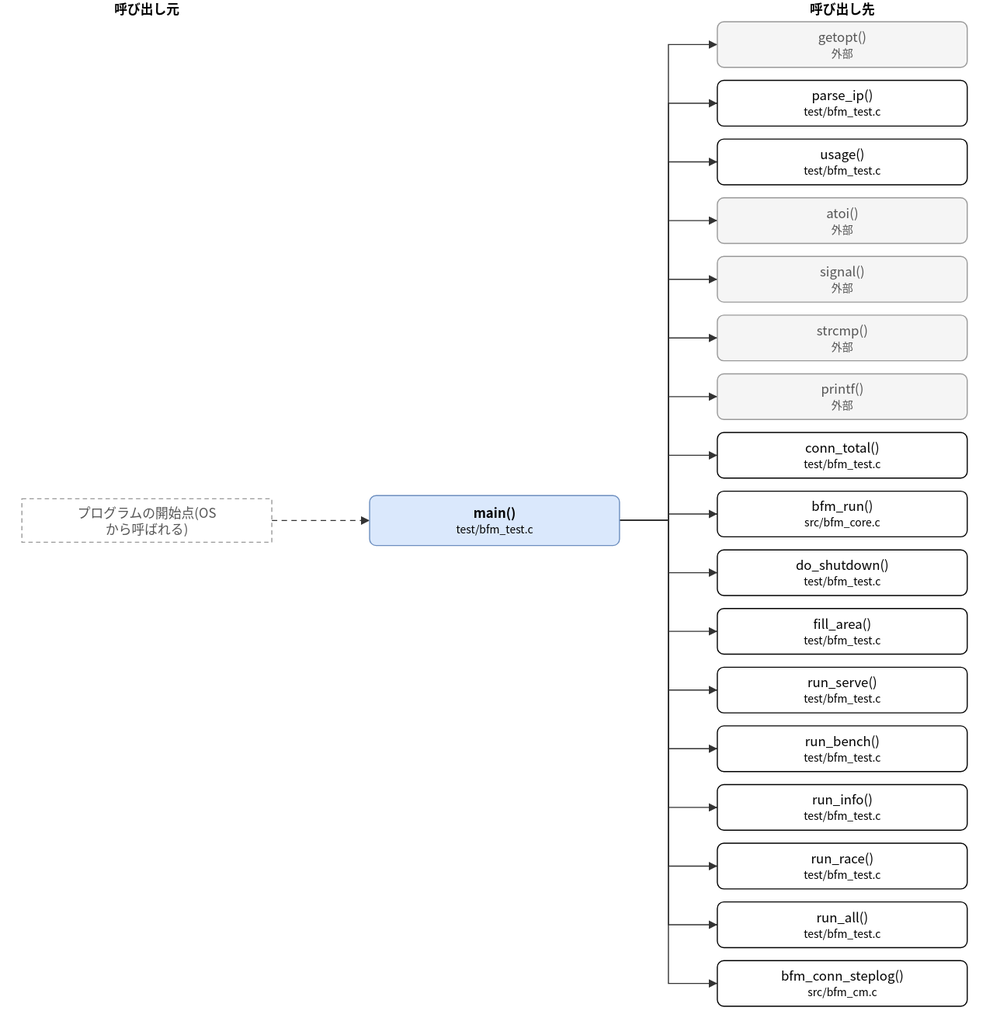
Before: doc/spec/images/call_test_bfm_test-main.drawio.svg, a diagram exported from draw.io (hf355051012-ai/bfmem). Source tidied: cells renumbered, new cells last; positions are measured from the earlier drawing's top-left corner, leaving out a move shared by most shapes.
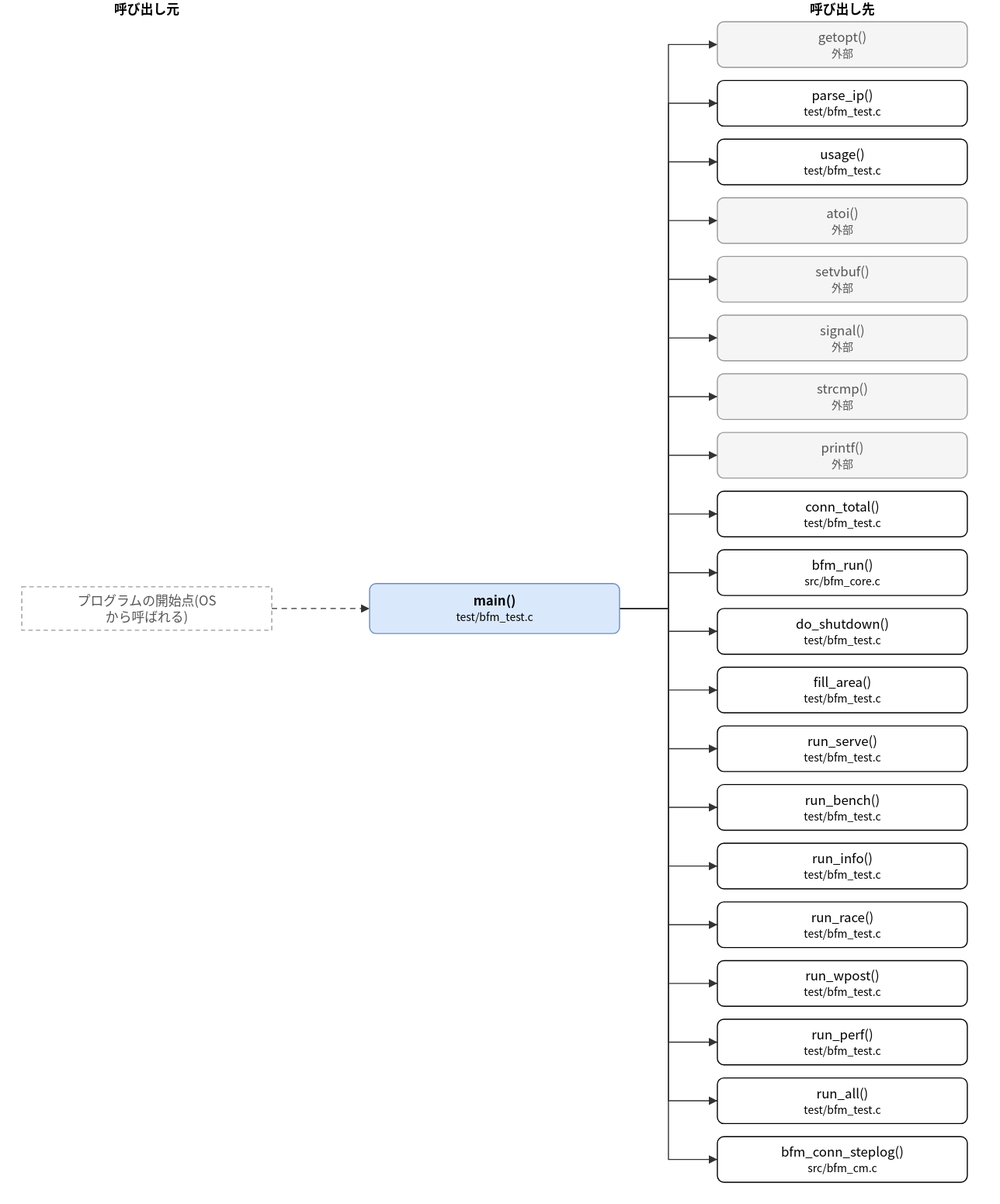
Later version of the same file.

Change to the diagram source:
```diff
@@ -3,7 +3,7 @@
     <mxCell id="0" />
     <mxCell id="1" parent="0" />
     <mxCell id="2" value="main()&lt;br&gt;&lt;font style=&quot;font-size:10px&quot;&gt;test/bfm_test.c&lt;/font&gt;" style="rounded=1;whiteSpace=wrap;html=1;fillColor=#dae8fc;strokeColor=#6c8ebf;fontStyle=1;" parent="1" vertex="1">
-      <mxGeometry x="320" y="456" width="230" height="46" as="geometry" />
+      <mxGeometry x="320" y="537" width="230" height="46" as="geometry" />
     </mxCell>
     <mxCell id="3" value="getopt()&lt;br&gt;&lt;font style=&quot;font-size:10px&quot;&gt;外部&lt;/font&gt;" style="rounded=1;whiteSpace=wrap;html=1;fillColor=#f5f5f5;strokeColor=#999999;fontColor=#555555;" parent="1" vertex="1">
       <mxGeometry x="640" y="20" width="230" height="42" as="geometry" />
@@ -17,52 +17,61 @@
     <mxCell id="6" value="atoi()&lt;br&gt;&lt;font style=&quot;font-size:10px&quot;&gt;外部&lt;/font&gt;" style="rounded=1;whiteSpace=wrap;html=1;fillColor=#f5f5f5;strokeColor=#999999;fontColor=#555555;" parent="1" vertex="1">
       <mxGeometry x="640" y="182" width="230" height="42" as="geometry" />
     </mxCell>
-    <mxCell id="7" value="signal()&lt;br&gt;&lt;font style=&quot;font-size:10px&quot;&gt;外部&lt;/font&gt;" style="rounded=1;whiteSpace=wrap;html=1;fillColor=#f5f5f5;strokeColor=#999999;fontColor=#555555;" parent="1" vertex="1">
+    <mxCell id="7" value="setvbuf()&lt;br&gt;&lt;font style=&quot;font-size:10px&quot;&gt;外部&lt;/font&gt;" style="rounded=1;whiteSpace=wrap;html=1;fillColor=#f5f5f5;strokeColor=#999999;fontColor=#555555;" parent="1" vertex="1">
       <mxGeometry x="640" y="236" width="230" height="42" as="geometry" />
     </mxCell>
-    <mxCell id="8" value="strcmp()&lt;br&gt;&lt;font style=&quot;font-size:10px&quot;&gt;外部&lt;/font&gt;" style="rounded=1;whiteSpace=wrap;html=1;fillColor=#f5f5f5;strokeColor=#999999;fontColor=#555555;" parent="1" vertex="1">
+    <mxCell id="8" value="signal()&lt;br&gt;&lt;font style=&quot;font-size:10px&quot;&gt;外部&lt;/font&gt;" style="rounded=1;whiteSpace=wrap;html=1;fillColor=#f5f5f5;strokeColor=#999999;fontColor=#555555;" parent="1" vertex="1">
       <mxGeometry x="640" y="290" width="230" height="42" as="geometry" />
     </mxCell>
-    <mxCell id="9" value="printf()&lt;br&gt;&lt;font style=&quot;font-size:10px&quot;&gt;外部&lt;/font&gt;" style="rounded=1;whiteSpace=wrap;html=1;fillColor=#f5f5f5;strokeColor=#999999;fontColor=#555555;" parent="1" vertex="1">
+    <mxCell id="9" value="strcmp()&lt;br&gt;&lt;font style=&quot;font-size:10px&quot;&gt;外部&lt;/font&gt;" style="rounded=1;whiteSpace=wrap;html=1;fillColor=#f5f5f5;strokeColor=#999999;fontColor=#555555;" parent="1" vertex="1">
       <mxGeometry x="640" y="344" width="230" height="42" as="geometry" />
     </mxCell>
-    <mxCell id="10" value="conn_total()&lt;br&gt;&lt;font style=&quot;font-size:10px&quot;&gt;test/bfm_test.c&lt;/font&gt;" style="rounded=1;whiteSpace=wrap;html=1;" parent="1" vertex="1">
+    <mxCell id="10" value="printf()&lt;br&gt;&lt;font style=&quot;font-size:10px&quot;&gt;外部&lt;/font&gt;" style="rounded=1;whiteSpace=wrap;html=1;fillColor=#f5f5f5;strokeColor=#999999;fontColor=#555555;" parent="1" vertex="1">
       <mxGeometry x="640" y="398" width="230" height="42" as="geometry" />
     </mxCell>
-    <mxCell id="11" value="bfm_run()&lt;br&gt;&lt;font style=&quot;font-size:10px&quot;&gt;src/bfm_core.c&lt;/font&gt;" style="rounded=1;whiteSpace=wrap;html=1;" parent="1" vertex="1">
+    <mxCell id="11" value="conn_total()&lt;br&gt;&lt;font style=&quot;font-size:10px&quot;&gt;test/bfm_test.c&lt;/font&gt;" style="rounded=1;whiteSpace=wrap;html=1;" parent="1" vertex="1">
       <mxGeometry x="640" y="452" width="230" height="42" as="geometry" />
     </mxCell>
-    <mxCell id="12" value="do_shutdown()&lt;br&gt;&lt;font style=&quot;font-size:10px&quot;&gt;test/bfm_test.c&lt;/font&gt;" style="rounded=1;whiteSpace=wrap;html=1;" parent="1" vertex="1">
+    <mxCell id="12" value="bfm_run()&lt;br&gt;&lt;font style=&quot;font-size:10px&quot;&gt;src/bfm_core.c&lt;/font&gt;" style="rounded=1;whiteSpace=wrap;html=1;" parent="1" vertex="1">
       <mxGeometry x="640" y="506" width="230" height="42" as="geometry" />
     </mxCell>
-    <mxCell id="13" value="fill_area()&lt;br&gt;&lt;font style=&quot;font-size:10px&quot;&gt;test/bfm_test.c&lt;/font&gt;" style="rounded=1;whiteSpace=wrap;html=1;" parent="1" vertex="1">
+    <mxCell id="13" value="do_shutdown()&lt;br&gt;&lt;font style=&quot;font-size:10px&quot;&gt;test/bfm_test.c&lt;/font&gt;" style="rounded=1;whiteSpace=wrap;html=1;" parent="1" vertex="1">
       <mxGeometry x="640" y="560" width="230" height="42" as="geometry" />
     </mxCell>
-    <mxCell id="14" value="run_serve()&lt;br&gt;&lt;font style=&quot;font-size:10px&quot;&gt;test/bfm_test.c&lt;/font&gt;" style="rounded=1;whiteSpace=wrap;html=1;" parent="1" vertex="1">
+    <mxCell id="14" value="fill_area()&lt;br&gt;&lt;font style=&quot;font-size:10px&quot;&gt;test/bfm_test.c&lt;/font&gt;" style="rounded=1;whiteSpace=wrap;html=1;" parent="1" vertex="1">
       <mxGeometry x="640" y="614" width="230" height="42" as="geometry" />
     </mxCell>
-    <mxCell id="15" value="run_bench()&lt;br&gt;&lt;font style=&quot;font-size:10px&quot;&gt;test/bfm_test.c&lt;/font&gt;" style="rounded=1;whiteSpace=wrap;html=1;" parent="1" vertex="1">
+    <mxCell id="15" value="run_serve()&lt;br&gt;&lt;font style=&quot;font-size:10px&quot;&gt;test/bfm_test.c&lt;/font&gt;" style="rounded=1;whiteSpace=wrap;html=1;" parent="1" vertex="1">
       <mxGeometry x="640" y="668" width="230" height="42" as="geometry" />
     </mxCell>
-    <mxCell id="16" value="run_info()&lt;br&gt;&lt;font style=&quot;font-size:10px&quot;&gt;test/bfm_test.c&lt;/font&gt;" style="rounded=1;whiteSpace=wrap;html=1;" parent="1" vertex="1">
+    <mxCell id="16" value="run_bench()&lt;br&gt;&lt;font style=&quot;font-size:10px&quot;&gt;test/bfm_test.c&lt;/font&gt;" style="rounded=1;whiteSpace=wrap;html=1;" parent="1" vertex="1">
       <mxGeometry x="640" y="722" width="230" height="42" as="geometry" />
     </mxCell>
-    <mxCell id="17" value="run_race()&lt;br&gt;&lt;font style=&quot;font-size:10px&quot;&gt;test/bfm_test.c&lt;/font&gt;" style="rounded=1;whiteSpace=wrap;html=1;" parent="1" vertex="1">
+    <mxCell id="17" value="run_info()&lt;br&gt;&lt;font style=&quot;font-size:10px&quot;&gt;test/bfm_test.c&lt;/font&gt;" style="rounded=1;whiteSpace=wrap;html=1;" parent="1" vertex="1">
       <mxGeometry x="640" y="776" width="230" height="42" as="geometry" />
     </mxCell>
-    <mxCell id="18" value="run_all()&lt;br&gt;&lt;font style=&quot;font-size:10px&quot;&gt;test/bfm_test.c&lt;/font&gt;" style="rounded=1;whiteSpace=wrap;html=1;" parent="1" vertex="1">
+    <mxCell id="18" value="run_race()&lt;br&gt;&lt;font style=&quot;font-size:10px&quot;&gt;test/bfm_test.c&lt;/font&gt;" style="rounded=1;whiteSpace=wrap;html=1;" parent="1" vertex="1">
       <mxGeometry x="640" y="830" width="230" height="42" as="geometry" />
     </mxCell>
-    <mxCell id="19" value="bfm_conn_steplog()&lt;br&gt;&lt;font style=&quot;font-size:10px&quot;&gt;src/bfm_cm.c&lt;/font&gt;" style="rounded=1;whiteSpace=wrap;html=1;" parent="1" vertex="1">
+    <mxCell id="19" value="run_wpost()&lt;br&gt;&lt;font style=&quot;font-size:10px&quot;&gt;test/bfm_test.c&lt;/font&gt;" style="rounded=1;whiteSpace=wrap;html=1;" parent="1" vertex="1">
       <mxGeometry x="640" y="884" width="230" height="42" as="geometry" />
     </mxCell>
+    <mxCell id="41" value="run_perf()&lt;br&gt;&lt;font style=&quot;font-size:10px&quot;&gt;test/bfm_test.c&lt;/font&gt;" style="rounded=1;whiteSpace=wrap;html=1;" parent="1" vertex="1">
+      <mxGeometry x="640" y="938" width="230" height="42" as="geometry" />
+    </mxCell>
+    <mxCell id="42" value="run_all()&lt;br&gt;&lt;font style=&quot;font-size:10px&quot;&gt;test/bfm_test.c&lt;/font&gt;" style="rounded=1;whiteSpace=wrap;html=1;" parent="1" vertex="1">
+      <mxGeometry x="640" y="992" width="230" height="42" as="geometry" />
+    </mxCell>
+    <mxCell id="43" value="bfm_conn_steplog()&lt;br&gt;&lt;font style=&quot;font-size:10px&quot;&gt;src/bfm_cm.c&lt;/font&gt;" style="rounded=1;whiteSpace=wrap;html=1;" parent="1" vertex="1">
+      <mxGeometry x="640" y="1046" width="230" height="42" as="geometry" />
+    </mxCell>
     <mxCell id="20" value="プログラムの開始点(OS&lt;br&gt;から呼ばれる)" style="rounded=0;whiteSpace=wrap;html=1;dashed=1;strokeColor=#999999;fontColor=#555555;dashed=1;" parent="1" vertex="1">
-      <mxGeometry y="459" width="230" height="40" as="geometry" />
+      <mxGeometry y="540" width="230" height="40" as="geometry" />
     </mxCell>
     <mxCell id="21" style="edgeStyle=none;html=1;rounded=0;endArrow=block;endFill=1;exitX=1.0000;exitY=0.5000;exitDx=0;exitDy=0;exitPerimeter=0;entryX=0.0000;entryY=0.5000;entryDx=0;entryDy=0;entryPerimeter=0;" parent="1" edge="1" source="2" target="3">
       <mxGeometry relative="1" as="geometry">
         <Array as="points">
-          <mxPoint x="595" y="479" />
+          <mxPoint x="595" y="560" />
           <mxPoint x="595" y="41" />
         </Array>
       </mxGeometry>
@@ -70,7 +79,7 @@
     <mxCell id="22" style="edgeStyle=none;html=1;rounded=0;endArrow=block;endFill=1;exitX=1.0000;exitY=0.5000;exitDx=0;exitDy=0;exitPerimeter=0;entryX=0.0000;entryY=0.5000;entryDx=0;entryDy=0;entryPerimeter=0;" parent="1" edge="1" source="2" target="4">
       <mxGeometry relative="1" as="geometry">
         <Array as="points">
-          <mxPoint x="595" y="479" />
+          <mxPoint x="595" y="560" />
           <mxPoint x="595" y="95" />
         </Array>
       </mxGeometry>
@@ -78,7 +87,7 @@
     <mxCell id="23" style="edgeStyle=none;html=1;rounded=0;endArrow=block;endFill=1;exitX=1.0000;exitY=0.5000;exitDx=0;exitDy=0;exitPerimeter=0;entryX=0.0000;entryY=0.5000;entryDx=0;entryDy=0;entryPerimeter=0;" parent="1" edge="1" source="2" target="5">
       <mxGeometry relative="1" as="geometry">
         <Array as="points">
-          <mxPoint x="595" y="479" />
+          <mxPoint x="595" y="560" />
           <mxPoint x="595" y="149" />
         </Array>
       </mxGeometry>
@@ -86,7 +95,7 @@
     <mxCell id="24" style="edgeStyle=none;html=1;rounded=0;endArrow=block;endFill=1;exitX=1.0000;exitY=0.5000;exitDx=0;exitDy=0;exitPerimeter=0;entryX=0.0000;entryY=0.5000;entryDx=0;entryDy=0;entryPerimeter=0;" parent="1" edge="1" source="2" target="6">
       <mxGeometry relative="1" as="geometry">
         <Array as="points">
-          <mxPoint x="595" y="479" />
+          <mxPoint x="595" y="560" />
           <mxPoint x="595" y="203" />
         </Array>
       </mxGeometry>
@@ -94,7 +103,7 @@
     <mxCell id="25" style="edgeStyle=none;html=1;rounded=0;endArrow=block;endFill=1;exitX=1.0000;exitY=0.5000;exitDx=0;exitDy=0;exitPerimeter=0;entryX=0.0000;entryY=0.5000;entryDx=0;entryDy=0;entryPerimeter=0;" parent="1" edge="1" source="2" target="7">
       <mxGeometry relative="1" as="geometry">
         <Array as="points">
-          <mxPoint x="595" y="479" />
+          <mxPoint x="595" y="560" />
           <mxPoint x="595" y="257" />
         </Array>
       </mxGeometry>
@@ -102,7 +111,7 @@
     <mxCell id="26" style="edgeStyle=none;html=1;rounded=0;endArrow=block;endFill=1;exitX=1.0000;exitY=0.5000;exitDx=0;exitDy=0;exitPerimeter=0;entryX=0.0000;entryY=0.5000;entryDx=0;entryDy=0;entryPerimeter=0;" parent="1" edge="1" source="2" target="8">
       <mxGeometry relative="1" as="geometry">
         <Array as="points">
-          <mxPoint x="595" y="479" />
+          <mxPoint x="595" y="560" />
           <mxPoint x="595" y="311" />
         </Array>
       </mxGeometry>
@@ -110,7 +119,7 @@
     <mxCell id="27" style="edgeStyle=none;html=1;rounded=0;endArrow=block;endFill=1;exitX=1.0000;exitY=0.5000;exitDx=0;exitDy=0;exitPerimeter=0;entryX=0.0000;entryY=0.5000;entryDx=0;entryDy=0;entryPerimeter=0;" parent="1" edge="1" source="2" target="9">
       <mxGeometry relative="1" as="geometry">
         <Array as="points">
-          <mxPoint x="595" y="479" />
+          <mxPoint x="595" y="560" />
           <mxPoint x="595" y="365" />
         </Array>
       </mxGeometry>
@@ -118,7 +127,7 @@
     <mxCell id="28" style="edgeStyle=none;html=1;rounded=0;endArrow=block;endFill=1;exitX=1.0000;exitY=0.5000;exitDx=0;exitDy=0;exitPerimeter=0;entryX=0.0000;entryY=0.5000;entryDx=0;entryDy=0;entryPerimeter=0;" parent="1" edge="1" source="2" target="10">
       <mxGeometry relative="1" as="geometry">
         <Array as="points">
-          <mxPoint x="595" y="479" />
+          <mxPoint x="595" y="560" />
           <mxPoint x="595" y="419" />
         </Array>
       </mxGeometry>
@@ -126,7 +135,7 @@
     <mxCell id="29" style="edgeStyle=none;html=1;rounded=0;endArrow=block;endFill=1;exitX=1.0000;exitY=0.5000;exitDx=0;exitDy=0;exitPerimeter=0;entryX=0.0000;entryY=0.5000;entryDx=0;entryDy=0;entryPerimeter=0;" parent="1" edge="1" source="2" target="11">
       <mxGeometry relative="1" as="geometry">
         <Array as="points">
-          <mxPoint x="595" y="479" />
+          <mxPoint x="595" y="560" />
           <mxPoint x="595" y="473" />
         </Array>
       </mxGeometry>
@@ -134,7 +143,7 @@
     <mxCell id="30" style="edgeStyle=none;html=1;rounded=0;endArrow=block;endFill=1;exitX=1.0000;exitY=0.5000;exitDx=0;exitDy=0;exitPerimeter=0;entryX=0.0000;entryY=0.5000;entryDx=0;entryDy=0;entryPerimeter=0;" parent="1" edge="1" source="2" target="12">
       <mxGeometry relative="1" as="geometry">
         <Array as="points">
-          <mxPoint x="595" y="479" />
+          <mxPoint x="595" y="560" />
           <mxPoint x="595" y="527" />
         </Array>
       </mxGeometry>
@@ -142,7 +151,7 @@
     <mxCell id="31" style="edgeStyle=none;html=1;rounded=0;endArrow=block;endFill=1;exitX=1.0000;exitY=0.5000;exitDx=0;exitDy=0;exitPerimeter=0;entryX=0.0000;entryY=0.5000;entryDx=0;entryDy=0;entryPerimeter=0;" parent="1" edge="1" source="2" target="13">
       <mxGeometry relative="1" as="geometry">
         <Array as="points">
-          <mxPoint x="595" y="479" />
+          <mxPoint x="595" y="560" />
           <mxPoint x="595" y="581" />
         </Array>
       </mxGeometry>
@@ -150,7 +159,7 @@
     <mxCell id="32" style="edgeStyle=none;html=1;rounded=0;endArrow=block;endFill=1;exitX=1.0000;exitY=0.5000;exitDx=0;exitDy=0;exitPerimeter=0;entryX=0.0000;entryY=0.5000;entryDx=0;entryDy=0;entryPerimeter=0;" parent="1" edge="1" source="2" target="14">
       <mxGeometry relative="1" as="geometry">
         <Array as="points">
-          <mxPoint x="595" y="479" />
+          <mxPoint x="595" y="560" />
           <mxPoint x="595" y="635" />
         </Array>
       </mxGeometry>
@@ -158,7 +167,7 @@
     <mxCell id="33" style="edgeStyle=none;html=1;rounded=0;endArrow=block;endFill=1;exitX=1.0000;exitY=0.5000;exitDx=0;exitDy=0;exitPerimeter=0;entryX=0.0000;entryY=0.5000;entryDx=0;entryDy=0;entryPerimeter=0;" parent="1" edge="1" source="2" target="15">
       <mxGeometry relative="1" as="geometry">
         <Array as="points">
-          <mxPoint x="595" y="479" />
+          <mxPoint x="595" y="560" />
           <mxPoint x="595" y="689" />
         </Array>
       </mxGeometry>
@@ -166,7 +175,7 @@
     <mxCell id="34" style="edgeStyle=none;html=1;rounded=0;endArrow=block;endFill=1;exitX=1.0000;exitY=0.5000;exitDx=0;exitDy=0;exitPerimeter=0;entryX=0.0000;entryY=0.5000;entryDx=0;entryDy=0;entryPerimeter=0;" parent="1" edge="1" source="2" target="16">
       <mxGeometry relative="1" as="geometry">
         <Array as="points">
-          <mxPoint x="595" y="479" />
+          <mxPoint x="595" y="560" />
           <mxPoint x="595" y="743" />
         </Array>
       </mxGeometry>
@@ -174,7 +183,7 @@
     <mxCell id="35" style="edgeStyle=none;html=1;rounded=0;endArrow=block;endFill=1;exitX=1.0000;exitY=0.5000;exitDx=0;exitDy=0;exitPerimeter=0;entryX=0.0000;entryY=0.5000;entryDx=0;entryDy=0;entryPerimeter=0;" parent="1" edge="1" source="2" target="17">
       <mxGeometry relative="1" as="geometry">
         <Array as="points">
-          <mxPoint x="595" y="479" />
+          <mxPoint x="595" y="560" />
           <mxPoint x="595" y="797" />
         </Array>
       </mxGeometry>
@@ -182,7 +191,7 @@
     <mxCell id="36" style="edgeStyle=none;html=1;rounded=0;endArrow=block;endFill=1;exitX=1.0000;exitY=0.5000;exitDx=0;exitDy=0;exitPerimeter=0;entryX=0.0000;entryY=0.5000;entryDx=0;entryDy=0;entryPerimeter=0;" parent="1" edge="1" source="2" target="18">
       <mxGeometry relative="1" as="geometry">
         <Array as="points">
-          <mxPoint x="595" y="479" />
+          <mxPoint x="595" y="560" />
           <mxPoint x="595" y="851" />
         </Array>
       </mxGeometry>
@@ -190,14 +199,38 @@
     <mxCell id="37" style="edgeStyle=none;html=1;rounded=0;endArrow=block;endFill=1;exitX=1.0000;exitY=0.5000;exitDx=0;exitDy=0;exitPerimeter=0;entryX=0.0000;entryY=0.5000;entryDx=0;entryDy=0;entryPerimeter=0;" parent="1" edge="1" source="2" target="19">
       <mxGeometry relative="1" as="geometry">
         <Array as="points">
-          <mxPoint x="595" y="479" />
+          <mxPoint x="595" y="560" />
           <mxPoint x="595" y="905" />
         </Array>
       </mxGeometry>
     </mxCell>
-    <mxCell id="38" style="edgeStyle=none;html=1;rounded=0;endArrow=block;endFill=1;exitX=1.0000;exitY=0.5000;exitDx=0;exitDy=0;exitPerimeter=0;entryX=0.0000;entryY=0.5000;entryDx=0;entryDy=0;entryPerimeter=0;dashed=1;" parent="1" edge="1" source="20" target="2">
-      <mxGeometry relative="1" as="geometry" />
+    <mxCell id="38" style="edgeStyle=none;html=1;rounded=0;endArrow=block;endFill=1;exitX=1.0000;exitY=0.5000;exitDx=0;exitDy=0;exitPerimeter=0;entryX=0.0000;entryY=0.5000;entryDx=0;entryDy=0;entryPerimeter=0;" parent="1" edge="1" source="2" target="41">
+      <mxGeometry relative="1" as="geometry">
+        <Array as="points">
+          <mxPoint x="595" y="560" />
+          <mxPoint x="595" y="959" />
+        </Array>
+      </mxGeometry>
     </mxCell>
+    <mxCell id="44" style="edgeStyle=none;html=1;rounded=0;endArrow=block;endFill=1;exitX=1.0000;exitY=0.5000;exitDx=0;exitDy=0;exitPerimeter=0;entryX=0.0000;entryY=0.5000;entryDx=0;entryDy=0;entryPerimeter=0;" parent="1" edge="1" source="2" target="42">
+      <mxGeometry relative="1" as="geometry">
+        <Array as="points">
+          <mxPoint x="595" y="560" />
+          <mxPoint x="595" y="1013" />
+        </Array>
+      </mxGeometry>
+    </mxCell>
+    <mxCell id="45" style="edgeStyle=none;html=1;rounded=0;endArrow=block;endFill=1;exitX=1.0000;exitY=0.5000;exitDx=0;exitDy=0;exitPerimeter=0;entryX=0.0000;entryY=0.5000;entryDx=0;entryDy=0;entryPerimeter=0;" parent="1" edge="1" source="2" target="43">
+      <mxGeometry relative="1" as="geometry">
+        <Array as="points">
+          <mxPoint x="595" y="560" />
+          <mxPoint x="595" y="1067" />
+        </Array>
+      </mxGeometry>
+    </mxCell>
+    <mxCell id="46" style="edgeStyle=none;html=1;rounded=0;endArrow=block;endFill=1;exitX=1.0000;exitY=0.5000;exitDx=0;exitDy=0;exitPerimeter=0;entryX=0.0000;entryY=0.5000;entryDx=0;entryDy=0;entryPerimeter=0;dashed=1;" parent="1" edge="1" source="20" target="2">
+      <mxGeometry relative="1" as="geometry" />
+    </mxCell>
     <mxCell id="39" value="呼び出し元" style="text;html=1;align=center;fontStyle=1;" parent="1" vertex="1">
       <mxGeometry x="35" width="160" height="18" as="geometry" />
     </mxCell>
```
